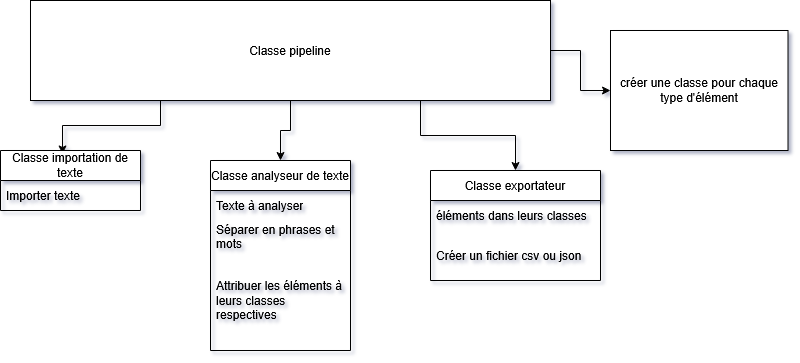
The draw.io diagram docs/diagramme_classe_UML.png in Gcapo55/projetPOO, before a commit. Source tidied: cells renumbered, new cells last; positions are measured from the earlier drawing's top-left corner, leaving out a move shared by most shapes. Its diagram source:
```xml
<mxGraphModel>
  <root>
    <mxCell id="0" />
    <mxCell id="1" parent="0" />
    <mxCell id="2" value="&lt;div&gt;créer une classe pour chaque type d'élément&lt;/div&gt;" style="whiteSpace=wrap;html=1;" parent="1" vertex="1">
      <mxGeometry x="610" y="30" width="177.5" height="120" as="geometry" />
    </mxCell>
    <mxCell id="3" style="edgeStyle=orthogonalEdgeStyle;rounded=0;jettySize=auto;html=1;exitX=1;exitY=0.5;exitDx=0;exitDy=0;entryX=0;entryY=0.5;entryDx=0;entryDy=0;" parent="1" edge="1" source="7" target="2">
      <mxGeometry relative="1" as="geometry" />
    </mxCell>
    <mxCell id="4" style="edgeStyle=orthogonalEdgeStyle;rounded=0;jettySize=auto;html=1;exitX=0.25;exitY=1;exitDx=0;exitDy=0;entryX=0.443;entryY=0.058;entryDx=0;entryDy=0;entryPerimeter=0;" parent="1" edge="1" source="7" target="12">
      <mxGeometry relative="1" as="geometry" />
    </mxCell>
    <mxCell id="5" style="edgeStyle=orthogonalEdgeStyle;rounded=0;jettySize=auto;html=1;exitX=0.5;exitY=1;exitDx=0;exitDy=0;" parent="1" edge="1" source="7" target="8">
      <mxGeometry relative="1" as="geometry" />
    </mxCell>
    <mxCell id="6" style="edgeStyle=orthogonalEdgeStyle;rounded=0;jettySize=auto;html=1;exitX=0.75;exitY=1;exitDx=0;exitDy=0;" parent="1" edge="1" source="7" target="14">
      <mxGeometry relative="1" as="geometry" />
    </mxCell>
    <mxCell id="7" value="Classe pipeline" style="rounded=0;whiteSpace=wrap;html=1;" parent="1" vertex="1">
      <mxGeometry x="30" width="520" height="100" as="geometry" />
    </mxCell>
    <mxCell id="8" value="Classe analyseur de texte" style="swimlane;fontStyle=0;horizontal=1;startSize=30;whiteSpace=wrap;html=1;" parent="1" vertex="1">
      <mxGeometry x="210" y="160" width="140" height="190" as="geometry" />
    </mxCell>
    <mxCell id="9" value="Texte à analyser" style="text;strokeColor=none;fillColor=none;align=left;verticalAlign=middle;spacingLeft=4;spacingRight=4;overflow=hidden;whiteSpace=wrap;html=1;" parent="8" vertex="1">
      <mxGeometry y="30" width="140" height="30" as="geometry" />
    </mxCell>
    <mxCell id="10" value="Séparer en phrases et mots" style="text;strokeColor=none;fillColor=none;align=left;verticalAlign=middle;spacingLeft=4;spacingRight=4;overflow=hidden;whiteSpace=wrap;html=1;" parent="8" vertex="1">
      <mxGeometry y="60" width="140" height="30" as="geometry" />
    </mxCell>
    <mxCell id="11" value="Attribuer les éléments à leurs classes respectives" style="text;strokeColor=none;fillColor=none;align=left;verticalAlign=middle;spacingLeft=4;spacingRight=4;overflow=hidden;whiteSpace=wrap;html=1;" parent="8" vertex="1">
      <mxGeometry y="90" width="140" height="100" as="geometry" />
    </mxCell>
    <mxCell id="12" value="Classe importation de texte" style="swimlane;fontStyle=0;horizontal=1;startSize=30;whiteSpace=wrap;html=1;" parent="1" vertex="1">
      <mxGeometry y="150" width="140" height="60" as="geometry" />
    </mxCell>
    <mxCell id="13" value="Importer texte" style="text;strokeColor=none;fillColor=none;align=left;verticalAlign=middle;spacingLeft=4;spacingRight=4;overflow=hidden;whiteSpace=wrap;html=1;" parent="12" vertex="1">
      <mxGeometry y="30" width="140" height="30" as="geometry" />
    </mxCell>
    <mxCell id="14" value="Classe exportateur" style="swimlane;fontStyle=0;horizontal=1;startSize=30;whiteSpace=wrap;html=1;" parent="1" vertex="1">
      <mxGeometry x="430" y="170" width="170" height="110" as="geometry" />
    </mxCell>
    <mxCell id="15" value="éléments dans leurs classes" style="text;strokeColor=none;fillColor=none;align=left;verticalAlign=middle;spacingLeft=4;spacingRight=4;overflow=hidden;whiteSpace=wrap;html=1;" parent="14" vertex="1">
      <mxGeometry y="30" width="170" height="30" as="geometry" />
    </mxCell>
    <mxCell id="16" value="Créer un fichier csv ou json" style="text;strokeColor=none;fillColor=none;align=left;verticalAlign=middle;spacingLeft=4;spacingRight=4;overflow=hidden;whiteSpace=wrap;html=1;" parent="14" vertex="1">
      <mxGeometry y="60" width="170" height="50" as="geometry" />
    </mxCell>
  </root>
</mxGraphModel>
```
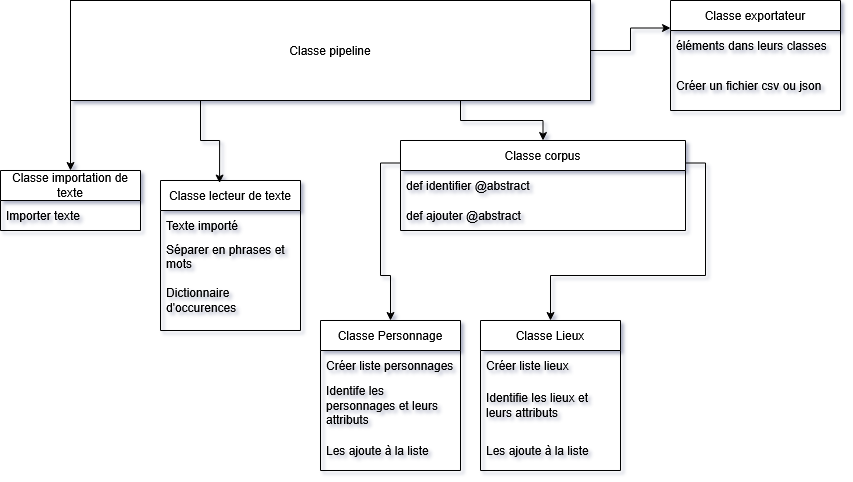
The same diagram one commit later.

The edit, as a diff of the source:
```diff
@@ -2,44 +2,38 @@
   <root>
     <mxCell id="0" />
     <mxCell id="1" parent="0" />
-    <mxCell id="2" value="&lt;div&gt;créer une classe pour chaque type d'élément&lt;/div&gt;" style="whiteSpace=wrap;html=1;" parent="1" vertex="1">
-      <mxGeometry x="610" y="30" width="177.5" height="120" as="geometry" />
-    </mxCell>
-    <mxCell id="3" style="edgeStyle=orthogonalEdgeStyle;rounded=0;jettySize=auto;html=1;exitX=1;exitY=0.5;exitDx=0;exitDy=0;entryX=0;entryY=0.5;entryDx=0;entryDy=0;" parent="1" edge="1" source="7" target="2">
-      <mxGeometry relative="1" as="geometry" />
-    </mxCell>
-    <mxCell id="4" style="edgeStyle=orthogonalEdgeStyle;rounded=0;jettySize=auto;html=1;exitX=0.25;exitY=1;exitDx=0;exitDy=0;entryX=0.443;entryY=0.058;entryDx=0;entryDy=0;entryPerimeter=0;" parent="1" edge="1" source="7" target="12">
+    <mxCell id="4" style="edgeStyle=orthogonalEdgeStyle;rounded=0;jettySize=auto;html=1;exitX=0;exitY=1;exitDx=0;exitDy=0;" parent="1" edge="1" source="7" target="12">
       <mxGeometry relative="1" as="geometry" />
     </mxCell>
-    <mxCell id="5" style="edgeStyle=orthogonalEdgeStyle;rounded=0;jettySize=auto;html=1;exitX=0.5;exitY=1;exitDx=0;exitDy=0;" parent="1" edge="1" source="7" target="8">
-      <mxGeometry relative="1" as="geometry" />
-    </mxCell>
-    <mxCell id="6" style="edgeStyle=orthogonalEdgeStyle;rounded=0;jettySize=auto;html=1;exitX=0.75;exitY=1;exitDx=0;exitDy=0;" parent="1" edge="1" source="7" target="14">
+    <mxCell id="6" style="edgeStyle=orthogonalEdgeStyle;rounded=0;jettySize=auto;html=1;exitX=1;exitY=0.5;exitDx=0;exitDy=0;entryX=0;entryY=0.25;entryDx=0;entryDy=0;" parent="1" edge="1" source="7" target="14">
       <mxGeometry relative="1" as="geometry" />
     </mxCell>
+    <mxCell id="17" style="edgeStyle=orthogonalEdgeStyle;rounded=0;jettySize=auto;html=1;exitX=0.75;exitY=1;exitDx=0;exitDy=0;entryX=0.5;entryY=0;entryDx=0;entryDy=0;" parent="1" edge="1" source="7" target="28">
+      <mxGeometry relative="1" as="geometry" />
+    </mxCell>
     <mxCell id="7" value="Classe pipeline" style="rounded=0;whiteSpace=wrap;html=1;" parent="1" vertex="1">
-      <mxGeometry x="30" width="520" height="100" as="geometry" />
+      <mxGeometry x="-40" y="-60" width="520" height="100" as="geometry" />
     </mxCell>
-    <mxCell id="8" value="Classe analyseur de texte" style="swimlane;fontStyle=0;horizontal=1;startSize=30;whiteSpace=wrap;html=1;" parent="1" vertex="1">
-      <mxGeometry x="210" y="160" width="140" height="190" as="geometry" />
+    <mxCell id="8" value="Classe lecteur de texte" style="swimlane;fontStyle=0;horizontal=1;startSize=30;whiteSpace=wrap;html=1;" parent="1" vertex="1">
+      <mxGeometry x="50" y="120" width="140" height="150" as="geometry" />
     </mxCell>
-    <mxCell id="9" value="Texte à analyser" style="text;strokeColor=none;fillColor=none;align=left;verticalAlign=middle;spacingLeft=4;spacingRight=4;overflow=hidden;whiteSpace=wrap;html=1;" parent="8" vertex="1">
+    <mxCell id="9" value="Texte importé" style="text;strokeColor=none;fillColor=none;align=left;verticalAlign=middle;spacingLeft=4;spacingRight=4;overflow=hidden;whiteSpace=wrap;html=1;" parent="8" vertex="1">
       <mxGeometry y="30" width="140" height="30" as="geometry" />
     </mxCell>
     <mxCell id="10" value="Séparer en phrases et mots" style="text;strokeColor=none;fillColor=none;align=left;verticalAlign=middle;spacingLeft=4;spacingRight=4;overflow=hidden;whiteSpace=wrap;html=1;" parent="8" vertex="1">
       <mxGeometry y="60" width="140" height="30" as="geometry" />
     </mxCell>
-    <mxCell id="11" value="Attribuer les éléments à leurs classes respectives" style="text;strokeColor=none;fillColor=none;align=left;verticalAlign=middle;spacingLeft=4;spacingRight=4;overflow=hidden;whiteSpace=wrap;html=1;" parent="8" vertex="1">
-      <mxGeometry y="90" width="140" height="100" as="geometry" />
+    <mxCell id="11" value="Dictionnaire d'occurences" style="text;strokeColor=none;fillColor=none;align=left;verticalAlign=middle;spacingLeft=4;spacingRight=4;overflow=hidden;whiteSpace=wrap;html=1;" parent="8" vertex="1">
+      <mxGeometry y="90" width="140" height="60" as="geometry" />
     </mxCell>
     <mxCell id="12" value="Classe importation de texte" style="swimlane;fontStyle=0;horizontal=1;startSize=30;whiteSpace=wrap;html=1;" parent="1" vertex="1">
-      <mxGeometry y="150" width="140" height="60" as="geometry" />
+      <mxGeometry x="-110" y="110" width="140" height="60" as="geometry" />
     </mxCell>
     <mxCell id="13" value="Importer texte" style="text;strokeColor=none;fillColor=none;align=left;verticalAlign=middle;spacingLeft=4;spacingRight=4;overflow=hidden;whiteSpace=wrap;html=1;" parent="12" vertex="1">
       <mxGeometry y="30" width="140" height="30" as="geometry" />
     </mxCell>
     <mxCell id="14" value="Classe exportateur" style="swimlane;fontStyle=0;horizontal=1;startSize=30;whiteSpace=wrap;html=1;" parent="1" vertex="1">
-      <mxGeometry x="430" y="170" width="170" height="110" as="geometry" />
+      <mxGeometry x="560" y="-60" width="170" height="110" as="geometry" />
     </mxCell>
     <mxCell id="15" value="éléments dans leurs classes" style="text;strokeColor=none;fillColor=none;align=left;verticalAlign=middle;spacingLeft=4;spacingRight=4;overflow=hidden;whiteSpace=wrap;html=1;" parent="14" vertex="1">
       <mxGeometry y="30" width="170" height="30" as="geometry" />
@@ -47,5 +41,47 @@
     <mxCell id="16" value="Créer un fichier csv ou json" style="text;strokeColor=none;fillColor=none;align=left;verticalAlign=middle;spacingLeft=4;spacingRight=4;overflow=hidden;whiteSpace=wrap;html=1;" parent="14" vertex="1">
       <mxGeometry y="60" width="170" height="50" as="geometry" />
     </mxCell>
+    <mxCell id="18" value="Classe Personnage" style="swimlane;fontStyle=0;horizontal=1;startSize=30;whiteSpace=wrap;html=1;" parent="1" vertex="1">
+      <mxGeometry x="210" y="260" width="140" height="150" as="geometry" />
+    </mxCell>
+    <mxCell id="19" value="Créer liste personnages" style="text;strokeColor=none;fillColor=none;align=left;verticalAlign=middle;spacingLeft=4;spacingRight=4;overflow=hidden;whiteSpace=wrap;html=1;" parent="18" vertex="1">
+      <mxGeometry y="30" width="140" height="30" as="geometry" />
+    </mxCell>
+    <mxCell id="20" value="Identife les personnages et leurs attributs" style="text;strokeColor=none;fillColor=none;align=left;verticalAlign=middle;spacingLeft=4;spacingRight=4;overflow=hidden;whiteSpace=wrap;html=1;" parent="18" vertex="1">
+      <mxGeometry y="60" width="140" height="50" as="geometry" />
+    </mxCell>
+    <mxCell id="21" value="Les ajoute à la liste" style="text;strokeColor=none;fillColor=none;align=left;verticalAlign=middle;spacingLeft=4;spacingRight=4;overflow=hidden;whiteSpace=wrap;html=1;" parent="18" vertex="1">
+      <mxGeometry y="110" width="140" height="40" as="geometry" />
+    </mxCell>
+    <mxCell id="5" style="edgeStyle=orthogonalEdgeStyle;rounded=0;jettySize=auto;html=1;exitX=0.25;exitY=1;exitDx=0;exitDy=0;entryX=0.422;entryY=0.017;entryDx=0;entryDy=0;entryPerimeter=0;" parent="1" edge="1" source="7" target="8">
+      <mxGeometry relative="1" as="geometry" />
+    </mxCell>
+    <mxCell id="22" value="Classe Lieux" style="swimlane;fontStyle=0;horizontal=1;startSize=30;whiteSpace=wrap;html=1;" parent="1" vertex="1">
+      <mxGeometry x="370" y="260" width="140" height="150" as="geometry" />
+    </mxCell>
+    <mxCell id="23" value="Créer liste lieux" style="text;strokeColor=none;fillColor=none;align=left;verticalAlign=middle;spacingLeft=4;spacingRight=4;overflow=hidden;whiteSpace=wrap;html=1;" parent="22" vertex="1">
+      <mxGeometry y="30" width="140" height="30" as="geometry" />
+    </mxCell>
+    <mxCell id="24" value="Identifie les lieux et leurs attributs" style="text;strokeColor=none;fillColor=none;align=left;verticalAlign=middle;spacingLeft=4;spacingRight=4;overflow=hidden;whiteSpace=wrap;html=1;" parent="22" vertex="1">
+      <mxGeometry y="60" width="140" height="50" as="geometry" />
+    </mxCell>
+    <mxCell id="25" value="Les ajoute à la liste" style="text;strokeColor=none;fillColor=none;align=left;verticalAlign=middle;spacingLeft=4;spacingRight=4;overflow=hidden;whiteSpace=wrap;html=1;" parent="22" vertex="1">
+      <mxGeometry y="110" width="140" height="40" as="geometry" />
+    </mxCell>
+    <mxCell id="26" style="edgeStyle=orthogonalEdgeStyle;rounded=0;jettySize=auto;html=1;exitX=1;exitY=0.25;exitDx=0;exitDy=0;" parent="1" edge="1" source="28" target="22">
+      <mxGeometry relative="1" as="geometry" />
+    </mxCell>
+    <mxCell id="27" style="edgeStyle=orthogonalEdgeStyle;rounded=0;jettySize=auto;html=1;exitX=0;exitY=0.25;exitDx=0;exitDy=0;entryX=0.5;entryY=0;entryDx=0;entryDy=0;" parent="1" edge="1" source="28" target="18">
+      <mxGeometry relative="1" as="geometry" />
+    </mxCell>
+    <mxCell id="28" value="Classe corpus" style="swimlane;fontStyle=0;horizontal=1;startSize=30;whiteSpace=wrap;html=1;" parent="1" vertex="1">
+      <mxGeometry x="290" y="80" width="285" height="90" as="geometry" />
+    </mxCell>
+    <mxCell id="29" value="def identifier @abstract" style="text;strokeColor=none;fillColor=none;align=left;verticalAlign=middle;spacingLeft=4;spacingRight=4;overflow=hidden;whiteSpace=wrap;html=1;" parent="28" vertex="1">
+      <mxGeometry y="30" width="285" height="30" as="geometry" />
+    </mxCell>
+    <mxCell id="30" value="def ajouter @abstract" style="text;strokeColor=none;fillColor=none;align=left;verticalAlign=middle;spacingLeft=4;spacingRight=4;overflow=hidden;whiteSpace=wrap;html=1;" parent="28" vertex="1">
+      <mxGeometry y="60" width="285" height="30" as="geometry" />
+    </mxCell>
   </root>
 </mxGraphModel>
```
